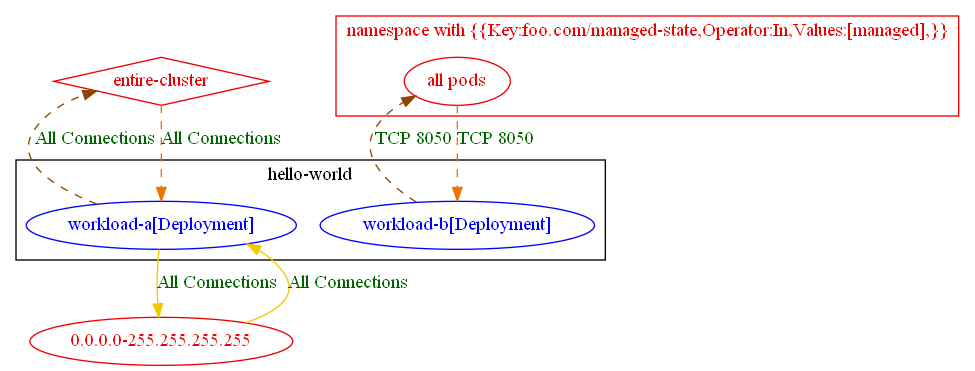
np-guard/netpol-analyzer keeps this Graphviz diagram as test_outputs/connlist/exposure_test_pod_exposed_only_to_representative_peers_exposure_output.dot.png. Above is the earlier version. Its source is kept beside it as test_outputs/connlist/exposure_test_pod_exposed_only_to_representative_peers_exposure_output.dot.
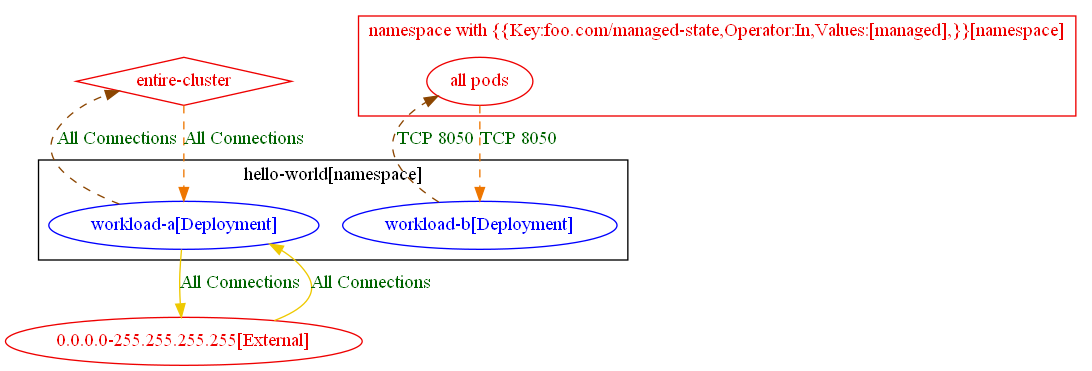
After the commit.

The edit, as a diff of the source:
```diff
@@ -1,23 +1,23 @@
 digraph {
-	subgraph "cluster_hello_world" {
+	subgraph "cluster_hello_world[namespace]" {
 		color="black"
 		fontcolor="black"
 		"hello-world/workload-a[Deployment]" [label="workload-a[Deployment]" color="blue" fontcolor="blue"]
 		"hello-world/workload-b[Deployment]" [label="workload-b[Deployment]" color="blue" fontcolor="blue"]
-		label="hello-world"
+		label="hello-world[namespace]"
 	}
-	subgraph "cluster_namespace with {{Key:foo.com/managed_state,Operator:In,Values:[managed],}}" {
+	subgraph "cluster_namespace with {{Key:foo.com/managed_state,Operator:In,Values:[managed],}}[namespace]" {
 		color="red2"
 		fontcolor="red2"
 		"all pods_in_namespace with {{Key:foo.com/managed-state,Operator:In,Values:[managed],}}" [label="all pods" color="red2" fontcolor="red2"]
-		label="namespace with {{Key:foo.com/managed-state,Operator:In,Values:[managed],}}"
+		label="namespace with {{Key:foo.com/managed-state,Operator:In,Values:[managed],}}[namespace]"
 	}
-	"0.0.0.0-255.255.255.255" [label="0.0.0.0-255.255.255.255" color="red2" fontcolor="red2"]
+	"0.0.0.0-255.255.255.255[External]" [label="0.0.0.0-255.255.255.255[External]" color="red2" fontcolor="red2"]
 	"entire-cluster" [label="entire-cluster" color="red2" fontcolor="red2" shape=diamond]
-	"0.0.0.0-255.255.255.255" -> "hello-world/workload-a[Deployment]" [label="All Connections" color="gold2" fontcolor="darkgreen" weight=0.5]
+	"0.0.0.0-255.255.255.255[External]" -> "hello-world/workload-a[Deployment]" [label="All Connections" color="gold2" fontcolor="darkgreen" weight=0.5]
 	"all pods_in_namespace with {{Key:foo.com/managed-state,Operator:In,Values:[managed],}}" -> "hello-world/workload-b[Deployment]" [label="TCP 8050" color="darkorange2" fontcolor="darkgreen" weight=1 style=dashed]
 	"entire-cluster" -> "hello-world/workload-a[Deployment]" [label="All Connections" color="darkorange2" fontcolor="darkgreen" weight=1 style=dashed]
-	"hello-world/workload-a[Deployment]" -> "0.0.0.0-255.255.255.255" [label="All Connections" color="gold2" fontcolor="darkgreen" weight=1]
+	"hello-world/workload-a[Deployment]" -> "0.0.0.0-255.255.255.255[External]" [label="All Connections" color="gold2" fontcolor="darkgreen" weight=1]
 	"hello-world/workload-a[Deployment]" -> "entire-cluster" [label="All Connections" color="darkorange4" fontcolor="darkgreen" weight=0.5 style=dashed]
 	"hello-world/workload-b[Deployment]" -> "all pods_in_namespace with {{Key:foo.com/managed-state,Operator:In,Values:[managed],}}" [label="TCP 8050" color="darkorange4" fontcolor="darkgreen" weight=0.5 style=dashed]
 }
```
